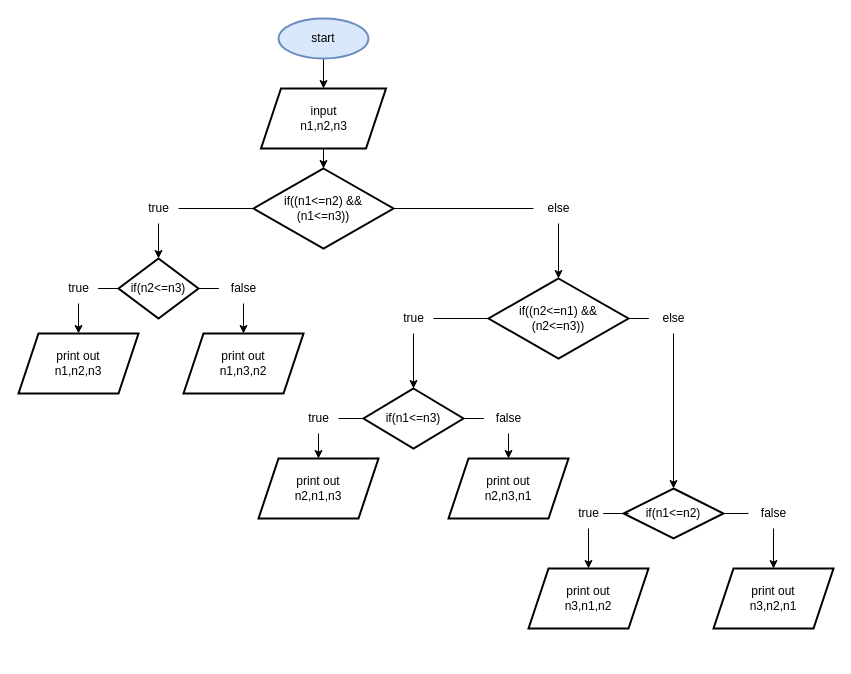
The draw.io diagram Untitled Diagram.drawio in kayigireerneste/profile-assignment, before the edit. Source tidied: cells renumbered, new cells numbered last; positions are measured from the earlier drawing's top-left corner, leaving out a move shared by most shapes. Both pictures are drawn from the tidied source at 100%, with x=0, y=0 at pixel (18, 18).
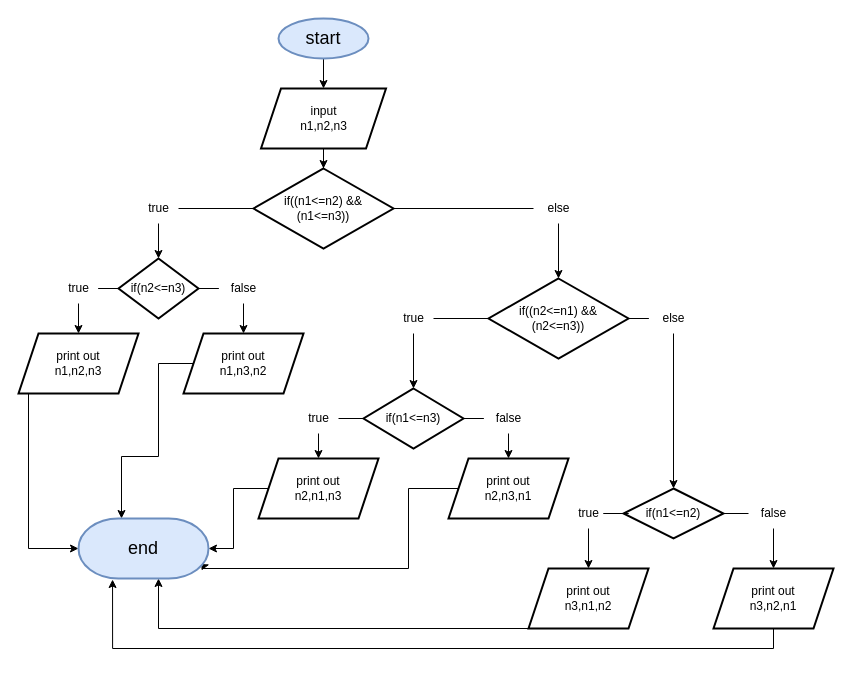
The same diagram, later.

Unchanged cells that the change refers to:
```xml
<mxCell id="14" value="print out&lt;br&gt;n1,n2,n3" style="shape=parallelogram;perimeter=parallelogramPerimeter;whiteSpace=wrap;html=1;fixedSize=1;strokeWidth=2;" parent="1" vertex="1">
  <mxGeometry y="315" width="120" height="60" as="geometry" />
</mxCell>
<mxCell id="17" value="print out&lt;br&gt;n1,n3,n2" style="shape=parallelogram;perimeter=parallelogramPerimeter;whiteSpace=wrap;html=1;fixedSize=1;strokeWidth=2;" parent="1" vertex="1">
  <mxGeometry x="165" y="315" width="120" height="60" as="geometry" />
</mxCell>
<mxCell id="30" value="print out&lt;br style=&quot;border-color: var(--border-color);&quot;&gt;n2,n1,n3" style="shape=parallelogram;perimeter=parallelogramPerimeter;whiteSpace=wrap;html=1;fixedSize=1;strokeWidth=2;" parent="1" vertex="1">
  <mxGeometry x="240" y="440" width="120" height="60" as="geometry" />
</mxCell>
<mxCell id="33" value="print out&lt;br&gt;n2,n3,n1" style="shape=parallelogram;perimeter=parallelogramPerimeter;whiteSpace=wrap;html=1;fixedSize=1;strokeWidth=2;" parent="1" vertex="1">
  <mxGeometry x="430" y="440" width="120" height="60" as="geometry" />
</mxCell>
<mxCell id="41" value="print out&lt;br&gt;n3,n1,n2" style="shape=parallelogram;perimeter=parallelogramPerimeter;whiteSpace=wrap;html=1;fixedSize=1;strokeWidth=2;" parent="1" vertex="1">
  <mxGeometry x="510" y="550" width="120" height="60" as="geometry" />
</mxCell>
<mxCell id="44" value="print out&lt;br style=&quot;border-color: var(--border-color);&quot;&gt;n3,n2,n1" style="shape=parallelogram;perimeter=parallelogramPerimeter;whiteSpace=wrap;html=1;fixedSize=1;strokeWidth=2;" parent="1" vertex="1">
  <mxGeometry x="695" y="550" width="120" height="60" as="geometry" />
</mxCell>
```

Change to the diagram source:
```diff
@@
-    <mxCell id="3" value="start" style="strokeWidth=2;html=1;shape=mxgraph.flowchart.start_1;whiteSpace=wrap;fillColor=#dae8fc;strokeColor=#6c8ebf;" parent="1" vertex="1">
+    <mxCell id="3" value="&lt;font style=&quot;font-size: 18px;&quot;&gt;start&lt;/font&gt;" style="strokeWidth=2;html=1;shape=mxgraph.flowchart.start_1;whiteSpace=wrap;fillColor=#dae8fc;strokeColor=#6c8ebf;" parent="1" vertex="1">
       <mxGeometry x="260" width="90" height="40" as="geometry" />
     </mxCell>
@@
+    <mxCell id="47" style="edgeStyle=orthogonalEdgeStyle;rounded=0;jettySize=auto;html=1;entryX=0;entryY=0.5;entryDx=0;entryDy=0;entryPerimeter=0;fontSize=18;" parent="1" edge="1" source="14" target="53">
+      <mxGeometry relative="1" as="geometry">
+        <Array as="points">
+          <mxPoint x="10" y="530" />
+        </Array>
+      </mxGeometry>
+    </mxCell>
@@
+    <mxCell id="48" style="edgeStyle=orthogonalEdgeStyle;rounded=0;jettySize=auto;html=1;fontSize=18;" parent="1" edge="1" source="17" target="53">
+      <mxGeometry relative="1" as="geometry">
+        <Array as="points">
+          <mxPoint x="140" y="345" />
+          <mxPoint x="140" y="438" />
+          <mxPoint x="103" y="438" />
+        </Array>
+      </mxGeometry>
+    </mxCell>
@@
+    <mxCell id="49" style="edgeStyle=orthogonalEdgeStyle;rounded=0;jettySize=auto;html=1;fontSize=18;" parent="1" edge="1" source="30" target="53">
+      <mxGeometry relative="1" as="geometry" />
+    </mxCell>
@@
+    <mxCell id="50" style="edgeStyle=orthogonalEdgeStyle;rounded=0;jettySize=auto;html=1;fontSize=18;entryX=0.946;entryY=0.867;entryDx=0;entryDy=0;entryPerimeter=0;" parent="1" edge="1" source="33" target="53">
+      <mxGeometry relative="1" as="geometry">
+        <Array as="points">
+          <mxPoint x="390" y="470" />
+          <mxPoint x="390" y="550" />
+          <mxPoint x="184" y="550" />
+        </Array>
+      </mxGeometry>
+    </mxCell>
@@
+    <mxCell id="51" style="edgeStyle=orthogonalEdgeStyle;rounded=0;jettySize=auto;html=1;fontSize=18;" parent="1" edge="1" source="41" target="53">
+      <mxGeometry relative="1" as="geometry">
+        <Array as="points">
+          <mxPoint x="140" y="610" />
+        </Array>
+      </mxGeometry>
+    </mxCell>
@@
+    <mxCell id="52" style="edgeStyle=orthogonalEdgeStyle;rounded=0;jettySize=auto;html=1;entryX=0.262;entryY=1.017;entryDx=0;entryDy=0;entryPerimeter=0;fontSize=18;" parent="1" edge="1" source="44" target="53">
+      <mxGeometry relative="1" as="geometry">
+        <Array as="points">
+          <mxPoint x="755" y="630" />
+          <mxPoint x="94" y="630" />
+        </Array>
+      </mxGeometry>
+    </mxCell>
@@
+    <mxCell id="53" value="end" style="strokeWidth=2;html=1;shape=mxgraph.flowchart.terminator;whiteSpace=wrap;fontSize=18;fillColor=#dae8fc;strokeColor=#6c8ebf;" parent="1" vertex="1">
+      <mxGeometry x="60" y="500" width="130" height="60" as="geometry" />
+    </mxCell>
```
